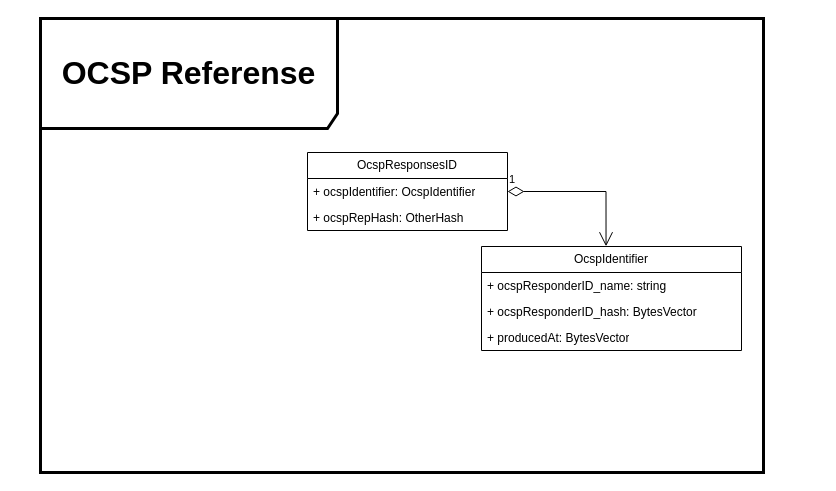
Before: page "OCSP Reference" (10 of 10) of basic_struct_draft.drawio in 3036662/pdf_scp, a draw.io diagram. Source tidied: cells renumbered, new cells numbered last; positions are measured from the earlier drawing's top-left corner, leaving out a move shared by most shapes. Both pictures are drawn from the tidied source at 100%, with x=0, y=0 at pixel (40, 18).
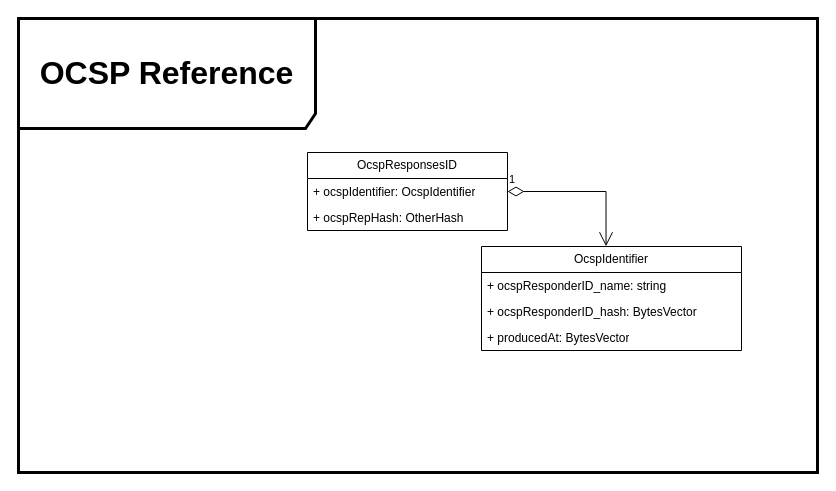
The same page after the edit.

Commit message (it also covers changes not shown here):
Scale OCSP Reference to A4

Diff of the diagram source:
```diff
@@
 <mxGraphModel>
   <root>
     <mxCell id="0" />
     <mxCell id="1" parent="0" />
     <mxCell id="2" value="OcspResponsesID" style="swimlane;fontStyle=0;horizontal=1;startSize=26;fillColor=none;whiteSpace=wrap;html=1;" parent="1" vertex="1">
       <mxGeometry x="267" y="134" width="200" height="78" as="geometry" />
     </mxCell>
     <mxCell id="3" value="+ ocspIdentifier: OcspIdentifier" style="text;strokeColor=none;fillColor=none;align=left;verticalAlign=top;spacingLeft=4;spacingRight=4;overflow=hidden;points=[[0,0.5],[1,0.5]];portConstraint=eastwest;whiteSpace=wrap;html=1;" parent="2" vertex="1">
       <mxGeometry y="26" width="200" height="26" as="geometry" />
     </mxCell>
     <mxCell id="4" value="+ ocspRepHash: OtherHash" style="text;strokeColor=none;fillColor=none;align=left;verticalAlign=top;spacingLeft=4;spacingRight=4;overflow=hidden;whiteSpace=wrap;html=1;" parent="2" vertex="1">
       <mxGeometry y="52" width="200" height="26" as="geometry" />
     </mxCell>
     <mxCell id="5" value="OcspIdentifier" style="swimlane;fontStyle=0;horizontal=1;startSize=26;fillColor=none;whiteSpace=wrap;html=1;" parent="1" vertex="1">
       <mxGeometry x="441" y="228" width="260" height="104" as="geometry" />
     </mxCell>
     <mxCell id="6" value="+ ocspResponderID_name: string" style="text;strokeColor=none;fillColor=none;align=left;verticalAlign=top;spacingLeft=4;spacingRight=4;overflow=hidden;whiteSpace=wrap;html=1;" parent="5" vertex="1">
       <mxGeometry y="26" width="260" height="26" as="geometry" />
     </mxCell>
     <mxCell id="7" value="+ ocspResponderID_hash: BytesVector" style="text;strokeColor=none;fillColor=none;align=left;verticalAlign=top;spacingLeft=4;spacingRight=4;overflow=hidden;whiteSpace=wrap;html=1;" parent="5" vertex="1">
       <mxGeometry y="52" width="260" height="26" as="geometry" />
     </mxCell>
     <mxCell id="8" value="+ producedAt: BytesVector" style="text;strokeColor=none;fillColor=none;align=left;verticalAlign=top;spacingLeft=4;spacingRight=4;overflow=hidden;whiteSpace=wrap;html=1;" parent="5" vertex="1">
       <mxGeometry y="78" width="260" height="26" as="geometry" />
     </mxCell>
     <mxCell id="9" value="1" style="endArrow=open;html=1;endSize=12;startArrow=diamondThin;startSize=14;startFill=0;edgeStyle=orthogonalEdgeStyle;align=left;verticalAlign=bottom;rounded=0;exitX=1;exitY=0.5;exitDx=0;exitDy=0;entryX=0.479;entryY=-0.002;entryDx=0;entryDy=0;entryPerimeter=0;" parent="1" edge="1" source="3" target="5">
       <mxGeometry x="-1" y="3" relative="1" as="geometry" />
     </mxCell>
-    <mxCell id="10" value="&lt;b&gt;&lt;font style=&quot;font-size: 32px;&quot;&gt;OCSP Referense&lt;/font&gt;&lt;/b&gt;" style="shape=umlFrame;whiteSpace=wrap;html=1;width=297;strokeWidth=3;height=110;" parent="1" vertex="1">
-      <mxGeometry width="723" height="454" as="geometry" />
+    <mxCell id="10" value="&lt;b&gt;&lt;font style=&quot;font-size: 32px;&quot;&gt;OCSP Reference&lt;/font&gt;&lt;/b&gt;" style="shape=umlFrame;whiteSpace=wrap;html=1;width=297;strokeWidth=3;height=110;" parent="1" vertex="1">
+      <mxGeometry x="-22" width="799" height="454" as="geometry" />
     </mxCell>
   </root>
 </mxGraphModel>
```
